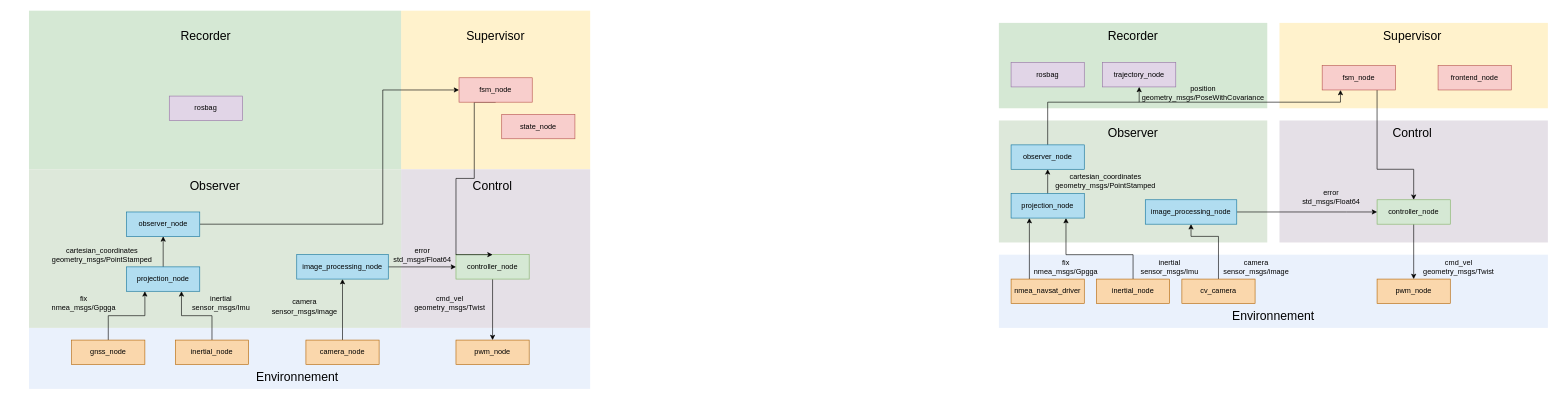
Before: doc/diagrams/kart.drawio in Jules-Berhault/kart, a draw.io diagram. Source tidied: cells renumbered, new cells numbered last; positions are measured from the earlier drawing's top-left corner, leaving out a move shared by most shapes. Both pictures are drawn from the tidied source at 61%, with x=0, y=0 at pixel (10, 10).
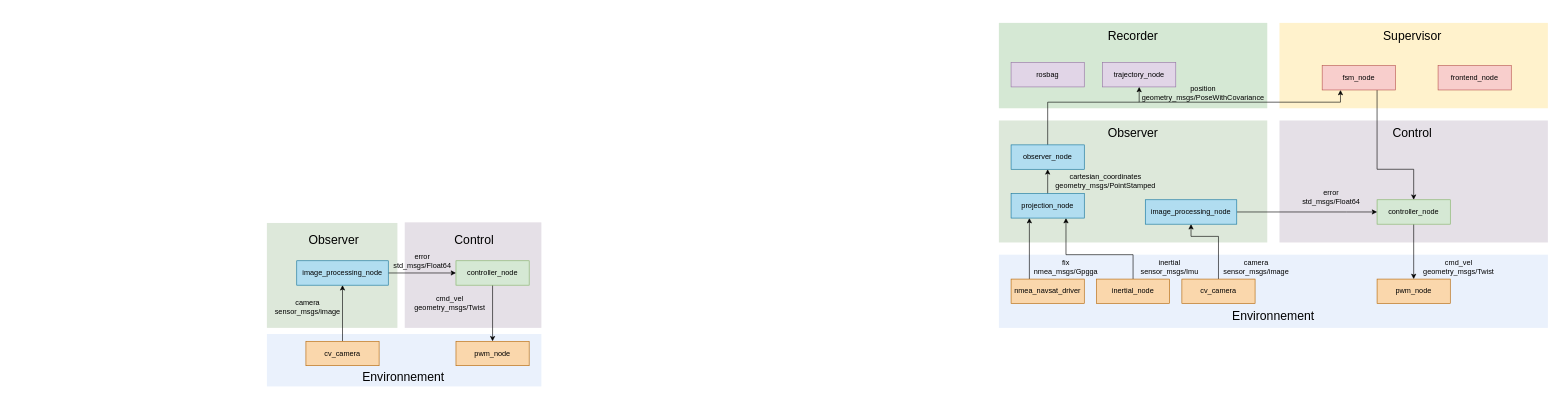
The same page after the edit.

Commit message (it also covers changes not shown here):
Updating report and requirement diagram

Change to the diagram source:
```diff
@@
-    <mxCell id="3" style="rounded=0;whiteSpace=wrap;html=1;fillColor=#fff2cc;strokeColor=none;" parent="1" vertex="1">
-      <mxGeometry x="640" width="310" height="260" as="geometry" />
-    </mxCell>
-    <mxCell id="4" style="rounded=0;whiteSpace=wrap;html=1;fillColor=#d5e8d4;strokeColor=none;" parent="1" vertex="1">
-      <mxGeometry x="30" width="610" height="260" as="geometry" />
-    </mxCell>
     <mxCell id="5" style="rounded=0;whiteSpace=wrap;html=1;fillColor=#EAF1FC;strokeColor=none;gradientColor=none;" parent="1" vertex="1">
-      <mxGeometry x="30" y="520" width="920" height="100" as="geometry" />
+      <mxGeometry x="420" y="530" width="450" height="86" as="geometry" />
     </mxCell>
     <mxCell id="6" style="rounded=0;whiteSpace=wrap;html=1;fillColor=#E5E0E7;strokeColor=none;" parent="1" vertex="1">
-      <mxGeometry x="640" y="260" width="310" height="260" as="geometry" />
+      <mxGeometry x="646" y="347" width="224" height="173" as="geometry" />
     </mxCell>
     <mxCell id="7" style="rounded=0;whiteSpace=wrap;html=1;fillColor=#DDE8DA;strokeColor=none;" parent="1" vertex="1">
-      <mxGeometry x="30" y="260" width="610" height="260" as="geometry" />
+      <mxGeometry x="420" y="348" width="214" height="172" as="geometry" />
     </mxCell>
-    <mxCell id="8" style="edgeStyle=orthogonalEdgeStyle;rounded=0;jettySize=auto;html=1;exitX=0.5;exitY=0;exitDx=0;exitDy=0;entryX=0.75;entryY=1;entryDx=0;entryDy=0;" parent="1" edge="1" source="9" target="13">
-      <mxGeometry relative="1" as="geometry" />
+    <mxCell id="8" style="edgeStyle=orthogonalEdgeStyle;rounded=0;orthogonalLoop=1;jettySize=auto;html=1;exitX=0.5;exitY=0;exitDx=0;exitDy=0;entryX=0.75;entryY=1;entryDx=0;entryDy=0;" parent="1" edge="1">
+      <mxGeometry relative="1" as="geometry">
+        <mxPoint x="280" y="460" as="targetPoint" />
+      </mxGeometry>
     </mxCell>
-    <mxCell id="9" value="inertial_node" style="rounded=0;whiteSpace=wrap;html=1;fillColor=#fad7ac;strokeColor=#b46504;shadow=0;" parent="1" vertex="1">
-      <mxGeometry x="270" y="540" width="120" height="40" as="geometry" />
-    </mxCell>
-    <mxCell id="10" style="edgeStyle=orthogonalEdgeStyle;rounded=0;jettySize=auto;html=1;exitX=0.5;exitY=0;exitDx=0;exitDy=0;entryX=0.25;entryY=1;entryDx=0;entryDy=0;" parent="1" edge="1" source="11" target="13">
-      <mxGeometry relative="1" as="geometry" />
-    </mxCell>
-    <mxCell id="11" value="gnss_node" style="rounded=0;whiteSpace=wrap;html=1;fillColor=#fad7ac;strokeColor=#b46504;shadow=0;" parent="1" vertex="1">
-      <mxGeometry x="100" y="540" width="120" height="40" as="geometry" />
-    </mxCell>
-    <mxCell id="12" style="edgeStyle=orthogonalEdgeStyle;rounded=0;jettySize=auto;html=1;exitX=0.5;exitY=0;exitDx=0;exitDy=0;entryX=0.5;entryY=1;entryDx=0;entryDy=0;" parent="1" edge="1" source="13" target="15">
-      <mxGeometry relative="1" as="geometry" />
+    <mxCell id="12" style="edgeStyle=orthogonalEdgeStyle;rounded=0;orthogonalLoop=1;jettySize=auto;html=1;exitX=0.5;exitY=0;exitDx=0;exitDy=0;entryX=0.5;entryY=1;entryDx=0;entryDy=0;" parent="1" edge="1">
+      <mxGeometry relative="1" as="geometry">
+        <mxPoint x="250" y="370" as="targetPoint" />
+      </mxGeometry>
     </mxCell>
-    <mxCell id="13" value="projection_node" style="rounded=0;whiteSpace=wrap;html=1;fillColor=#b1ddf0;strokeColor=#10739e;shadow=0;" parent="1" vertex="1">
-      <mxGeometry x="190" y="420" width="120" height="40" as="geometry" />
-    </mxCell>
-    <mxCell id="14" style="edgeStyle=orthogonalEdgeStyle;rounded=0;jettySize=auto;html=1;exitX=1;exitY=0.5;exitDx=0;exitDy=0;entryX=0;entryY=0.5;entryDx=0;entryDy=0;" parent="1" edge="1" source="15" target="35">
-      <mxGeometry relative="1" as="geometry">
-        <Array as="points">
-          <mxPoint x="610" y="350" />
-          <mxPoint x="610" y="130" />
-        </Array>
-      </mxGeometry>
-    </mxCell>
-    <mxCell id="15" value="observer_node" style="rounded=0;whiteSpace=wrap;html=1;fillColor=#b1ddf0;strokeColor=#10739e;" parent="1" vertex="1">
-      <mxGeometry x="190" y="330" width="120" height="40" as="geometry" />
-    </mxCell>
@@
     <mxCell id="17" value="controller_node" style="rounded=0;whiteSpace=wrap;html=1;fillColor=#d5e8d4;strokeColor=#82b366;shadow=0;" parent="1" vertex="1">
-      <mxGeometry x="730" y="400" width="120" height="40" as="geometry" />
+      <mxGeometry x="730" y="410" width="120" height="40" as="geometry" />
     </mxCell>
     <mxCell id="18" value="&lt;font style=&quot;font-size: 20px&quot;&gt;Observer&lt;/font&gt;" style="text;html=1;strokeColor=none;fillColor=none;align=center;verticalAlign=middle;whiteSpace=wrap;rounded=0;" parent="1" vertex="1">
-      <mxGeometry x="210" y="276" width="250" height="20" as="geometry" />
+      <mxGeometry x="420" y="365" width="220" height="20" as="geometry" />
     </mxCell>
     <mxCell id="19" value="&lt;font style=&quot;font-size: 20px&quot;&gt;Control&lt;br&gt;&lt;/font&gt;" style="text;html=1;strokeColor=none;fillColor=none;align=center;verticalAlign=middle;whiteSpace=wrap;rounded=0;" parent="1" vertex="1">
-      <mxGeometry x="660" y="276" width="260" height="20" as="geometry" />
+      <mxGeometry x="640" y="365" width="240" height="20" as="geometry" />
     </mxCell>
     <mxCell id="20" value="&lt;font style=&quot;font-size: 20px&quot;&gt;Environnement&lt;/font&gt;" style="text;html=1;strokeColor=none;fillColor=none;align=center;verticalAlign=middle;whiteSpace=wrap;rounded=0;" parent="1" vertex="1">
-      <mxGeometry x="450" y="590" width="40" height="20" as="geometry" />
+      <mxGeometry x="419" y="589" width="450" height="20" as="geometry" />
     </mxCell>
@@
-    <mxCell id="22" value="fix&lt;br&gt;nmea_msgs/Gpgga" style="text;html=1;strokeColor=none;fillColor=none;align=center;verticalAlign=middle;whiteSpace=wrap;rounded=0;" parent="1" vertex="1">
-      <mxGeometry x="15" y="470" width="210" height="20" as="geometry" />
-    </mxCell>
-    <mxCell id="23" value="cartesian_coordinates&lt;br&gt;geometry_msgs/PointStamped" style="text;html=1;strokeColor=none;fillColor=none;align=center;verticalAlign=middle;whiteSpace=wrap;rounded=0;" parent="1" vertex="1">
-      <mxGeometry y="390" width="300" height="20" as="geometry" />
-    </mxCell>
     <mxCell id="24" value="pwm_node" style="rounded=0;whiteSpace=wrap;html=1;fillColor=#fad7ac;strokeColor=#b46504;shadow=0;" parent="1" vertex="1">
-      <mxGeometry x="730" y="540" width="120" height="40" as="geometry" />
+      <mxGeometry x="730" y="542" width="120" height="40" as="geometry" />
     </mxCell>
@@
-    <mxCell id="26" value="camera_node" style="rounded=0;whiteSpace=wrap;html=1;fillColor=#fad7ac;strokeColor=#b46504;shadow=0;" parent="1" vertex="1">
-      <mxGeometry x="484" y="540" width="120" height="40" as="geometry" />
+    <mxCell id="26" value="cv_camera" style="rounded=0;whiteSpace=wrap;html=1;fillColor=#fad7ac;strokeColor=#b46504;shadow=0;" parent="1" vertex="1">
+      <mxGeometry x="484" y="542" width="120" height="40" as="geometry" />
     </mxCell>
@@
     <mxCell id="28" value="image_processing_node" style="rounded=0;whiteSpace=wrap;html=1;fillColor=#B1DDF0;strokeColor=#10739E;shadow=0;gradientColor=none;" parent="1" vertex="1">
-      <mxGeometry x="469" y="400" width="150" height="40" as="geometry" />
+      <mxGeometry x="469" y="410" width="150" height="40" as="geometry" />
     </mxCell>
     <mxCell id="29" value="error&lt;br&gt;std_msgs/Float64" style="text;html=1;strokeColor=none;fillColor=none;align=center;verticalAlign=middle;whiteSpace=wrap;rounded=0;" parent="1" vertex="1">
-      <mxGeometry x="650" y="390" width="50" height="20" as="geometry" />
+      <mxGeometry x="650" y="400" width="50" height="20" as="geometry" />
     </mxCell>
@@
     <mxCell id="31" value="camera&lt;br&gt;sensor_msgs/image" style="text;html=1;strokeColor=none;fillColor=none;align=center;verticalAlign=middle;whiteSpace=wrap;rounded=0;" parent="1" vertex="1">
-      <mxGeometry x="414" y="475" width="136" height="20" as="geometry" />
+      <mxGeometry x="419" y="476" width="136" height="20" as="geometry" />
     </mxCell>
-    <mxCell id="32" value="inertial&lt;br&gt;sensor_msgs/Imu" style="text;html=1;strokeColor=none;fillColor=none;align=center;verticalAlign=middle;whiteSpace=wrap;rounded=0;" parent="1" vertex="1">
-      <mxGeometry x="240" y="470" width="210" height="20" as="geometry" />
-    </mxCell>
-    <mxCell id="33" value="&lt;font style=&quot;font-size: 20px&quot;&gt;Supervisor&lt;br&gt;&lt;/font&gt;" style="text;html=1;strokeColor=none;fillColor=none;align=center;verticalAlign=middle;whiteSpace=wrap;rounded=0;" parent="1" vertex="1">
-      <mxGeometry x="665" y="30" width="260" height="20" as="geometry" />
-    </mxCell>
-    <mxCell id="34" style="edgeStyle=orthogonalEdgeStyle;rounded=0;jettySize=auto;html=1;exitX=0.5;exitY=1;exitDx=0;exitDy=0;entryX=0.5;entryY=0;entryDx=0;entryDy=0;" parent="1" edge="1" source="35" target="17">
-      <mxGeometry relative="1" as="geometry">
-        <Array as="points">
-          <mxPoint x="760" y="150" />
-          <mxPoint x="760" y="275" />
-          <mxPoint x="730" y="275" />
-          <mxPoint x="730" y="400" />
-        </Array>
-      </mxGeometry>
-    </mxCell>
-    <mxCell id="35" value="fsm_node" style="rounded=0;whiteSpace=wrap;html=1;fillColor=#f8cecc;strokeColor=#b85450;shadow=0;" parent="1" vertex="1">
-      <mxGeometry x="735" y="110" width="120" height="40" as="geometry" />
-    </mxCell>
-    <mxCell id="36" value="&lt;font style=&quot;font-size: 20px&quot;&gt;Recorder&lt;br&gt;&lt;/font&gt;" style="text;html=1;strokeColor=none;fillColor=none;align=center;verticalAlign=middle;whiteSpace=wrap;rounded=0;" parent="1" vertex="1">
-      <mxGeometry x="190" y="30" width="260" height="20" as="geometry" />
-    </mxCell>
-    <mxCell id="37" value="rosbag" style="rounded=0;whiteSpace=wrap;html=1;fillColor=#e1d5e7;strokeColor=#9673a6;" parent="1" vertex="1">
-      <mxGeometry x="260" y="140" width="120" height="40" as="geometry" />
-    </mxCell>
-    <mxCell id="38" value="state_node" style="rounded=0;whiteSpace=wrap;html=1;fillColor=#f8cecc;strokeColor=#b85450;shadow=0;" parent="1" vertex="1">
-      <mxGeometry x="805" y="170" width="120" height="40" as="geometry" />
-    </mxCell>
```
